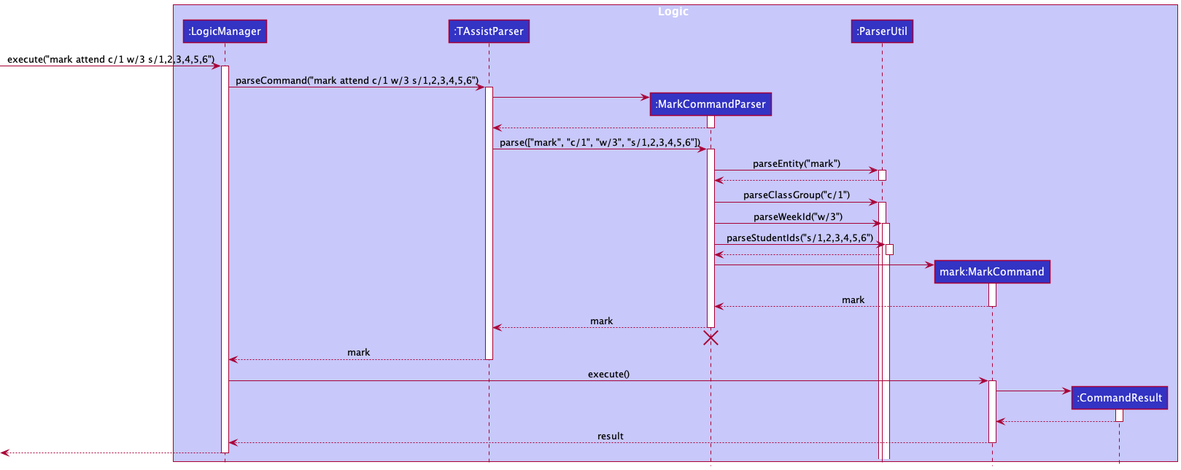
Above: docs/images/MarkUnmarkSequenceDiagram.png in nus-cs2103-AY2122S2/tp (PlantUML), before the change.
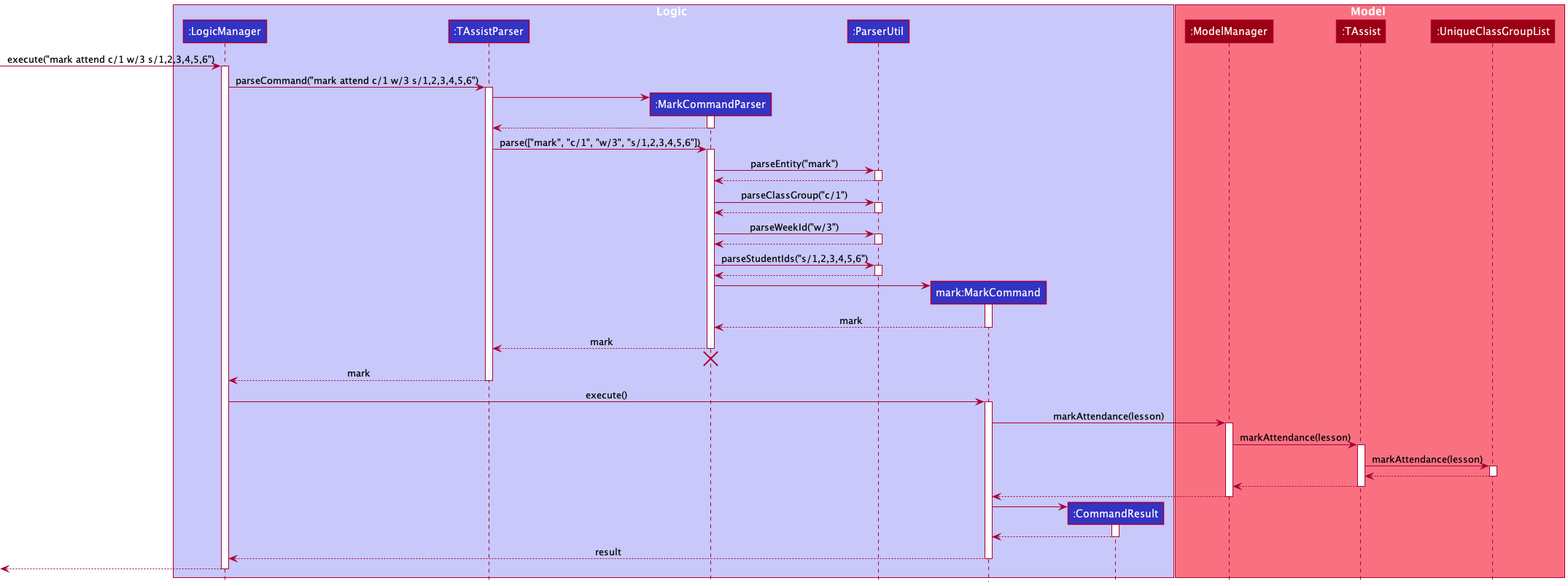
The same diagram one commit later.

Commit message:
Update DG for mark/unmark

Change to the diagram source:
```diff
@@ -8,6 +8,12 @@
 participant ":ParserUtil" as ParserUtil LOGIC_COLOR
 participant "mark:MarkCommand" as MarkCommand LOGIC_COLOR
 participant ":CommandResult" as CommandResult LOGIC_COLOR
+end box
+
+box Model MODEL_COLOR_T1
+participant ":ModelManager" as ModelManager MODEL_COLOR
+participant ":TAssist" as TAssist MODEL_COLOR
+participant ":UniqueClassGroupList" as UniqueClassGroupList MODEL_COLOR
 end box
 
 [-> LogicManager : execute("mark attend c/1 w/3 s/1,2,3,4,5,6")
@@ -35,8 +41,14 @@
 MarkCommandParser -> ParserUtil : parseClassGroup("c/1")
 activate ParserUtil
 
+ParserUtil --> MarkCommandParser
+deactivate ParserUtil
+
 MarkCommandParser -> ParserUtil : parseWeekId("w/3")
 activate ParserUtil
+
+ParserUtil --> MarkCommandParser
+deactivate ParserUtil
 
 MarkCommandParser -> ParserUtil : parseStudentIds("s/1,2,3,4,5,6")
 activate ParserUtil
@@ -62,6 +74,24 @@
 LogicManager -> MarkCommand : execute()
 activate MarkCommand
 
+MarkCommand-> ModelManager : markAttendance(lesson)
+activate ModelManager
+
+ModelManager -> TAssist : markAttendance(lesson)
+activate TAssist
+
+TAssist -> UniqueClassGroupList : markAttendance(lesson)
+activate UniqueClassGroupList
+
+UniqueClassGroupList --> TAssist
+deactivate UniqueClassGroupList
+
+TAssist --> ModelManager
+deactivate TAssist
+
+MarkCommand <--ModelManager
+deactivate ModelManager
+
 create CommandResult
 MarkCommand -> CommandResult
 activate CommandResult
```
